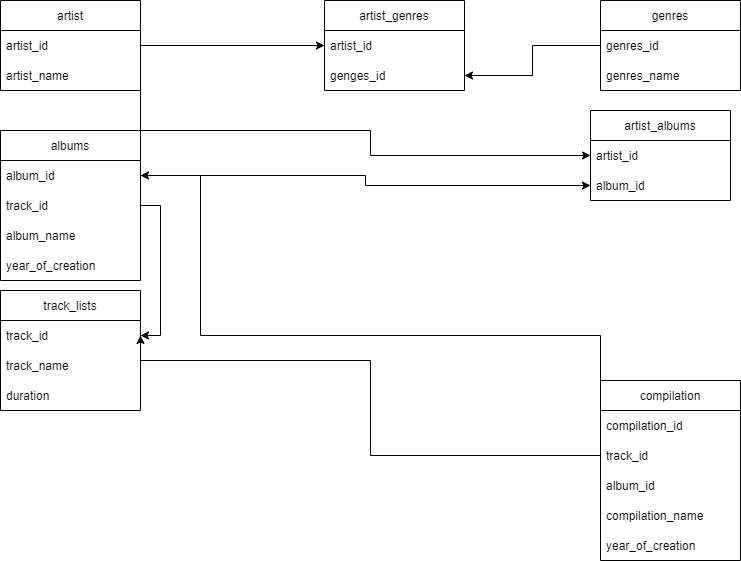
Before: sql_task_2.drawio.png, a diagram exported from draw.io (splaiser/SQL_creation_db). Source tidied: cells renumbered, new cells last; positions are measured from the earlier drawing's top-left corner, leaving out a move shared by most shapes.
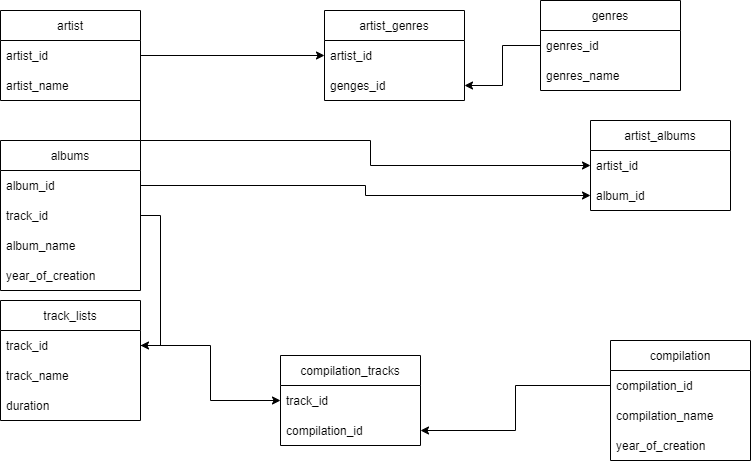
The same file after the commit.

The edit, as a diff of the source:
```diff
@@ -12,7 +12,7 @@
       <mxGeometry y="60" width="140" height="30" as="geometry" />
     </mxCell>
     <mxCell id="5" value="genres" style="swimlane;fontStyle=0;horizontal=1;startSize=30;" parent="1" vertex="1">
-      <mxGeometry x="600" width="140" height="90" as="geometry" />
+      <mxGeometry x="540" y="-10" width="140" height="90" as="geometry" />
     </mxCell>
     <mxCell id="6" value="genres_id" style="text;strokeColor=none;fillColor=none;align=left;verticalAlign=middle;spacingLeft=4;spacingRight=4;overflow=hidden;points=[[0,0.5],[1,0.5]];portConstraint=eastwest;" parent="5" vertex="1">
       <mxGeometry y="30" width="140" height="30" as="geometry" />
@@ -48,22 +48,16 @@
       <mxGeometry y="90" width="140" height="30" as="geometry" />
     </mxCell>
     <mxCell id="17" value="compilation" style="swimlane;fontStyle=0;horizontal=1;startSize=30;" parent="1" vertex="1">
-      <mxGeometry x="600" y="380" width="140" height="180" as="geometry" />
+      <mxGeometry x="610" y="330" width="140" height="120" as="geometry" />
     </mxCell>
     <mxCell id="18" value="compilation_id" style="text;strokeColor=none;fillColor=none;align=left;verticalAlign=middle;spacingLeft=4;spacingRight=4;overflow=hidden;points=[[0,0.5],[1,0.5]];portConstraint=eastwest;" parent="17" vertex="1">
       <mxGeometry y="30" width="140" height="30" as="geometry" />
     </mxCell>
-    <mxCell id="19" value="track_id" style="text;strokeColor=none;fillColor=none;align=left;verticalAlign=middle;spacingLeft=4;spacingRight=4;overflow=hidden;points=[[0,0.5],[1,0.5]];portConstraint=eastwest;" parent="17" vertex="1">
-      <mxGeometry y="60" width="140" height="30" as="geometry" />
-    </mxCell>
-    <mxCell id="20" value="album_id" style="text;strokeColor=none;fillColor=none;align=left;verticalAlign=middle;spacingLeft=4;spacingRight=4;overflow=hidden;points=[[0,0.5],[1,0.5]];portConstraint=eastwest;" parent="17" vertex="1">
-      <mxGeometry y="90" width="140" height="30" as="geometry" />
-    </mxCell>
     <mxCell id="21" value="compilation_name" style="text;strokeColor=none;fillColor=none;align=left;verticalAlign=middle;spacingLeft=4;spacingRight=4;overflow=hidden;" parent="17" vertex="1">
-      <mxGeometry y="120" width="140" height="30" as="geometry" />
+      <mxGeometry y="60" width="140" height="30" as="geometry" />
     </mxCell>
     <mxCell id="22" value="year_of_creation" style="text;strokeColor=none;fillColor=none;align=left;verticalAlign=middle;spacingLeft=4;spacingRight=4;overflow=hidden;" parent="17" vertex="1">
-      <mxGeometry y="150" width="140" height="30" as="geometry" />
+      <mxGeometry y="90" width="140" height="30" as="geometry" />
     </mxCell>
     <mxCell id="23" value="artist_genres" style="swimlane;fontStyle=0;horizontal=1;startSize=30;" parent="1" vertex="1">
       <mxGeometry x="324" width="140" height="90" as="geometry" />
@@ -103,22 +97,20 @@
     <mxCell id="33" style="edgeStyle=orthogonalEdgeStyle;rounded=0;jettySize=auto;html=1;exitX=1;exitY=0.5;exitDx=0;exitDy=0;" parent="1" edge="1" source="10" target="14">
       <mxGeometry relative="1" as="geometry" />
     </mxCell>
-    <mxCell id="34" style="edgeStyle=orthogonalEdgeStyle;rounded=0;jettySize=auto;html=1;exitX=0;exitY=0.5;exitDx=0;exitDy=0;entryX=1;entryY=0.5;entryDx=0;entryDy=0;" parent="1" edge="1" source="19" target="14">
-      <mxGeometry relative="1" as="geometry">
-        <Array as="points">
-          <mxPoint x="370" y="360" />
-          <mxPoint x="140" y="360" />
-        </Array>
-      </mxGeometry>
-    </mxCell>
-    <mxCell id="35" style="edgeStyle=orthogonalEdgeStyle;rounded=0;jettySize=auto;html=1;exitX=0;exitY=0.5;exitDx=0;exitDy=0;entryX=1;entryY=0.5;entryDx=0;entryDy=0;" parent="1" edge="1" source="20" target="9">
-      <mxGeometry relative="1" as="geometry">
-        <Array as="points">
-          <mxPoint x="600" y="335" />
-          <mxPoint x="200" y="335" />
-          <mxPoint x="200" y="175" />
-        </Array>
-      </mxGeometry>
-    </mxCell>
+    <mxCell id="36" value="compilation_tracks" style="swimlane;fontStyle=0;horizontal=1;startSize=30;" parent="1" vertex="1">
+      <mxGeometry x="280" y="345" width="140" height="90" as="geometry" />
+    </mxCell>
+    <mxCell id="19" value="track_id" style="text;strokeColor=none;fillColor=none;align=left;verticalAlign=middle;spacingLeft=4;spacingRight=4;overflow=hidden;points=[[0,0.5],[1,0.5]];portConstraint=eastwest;" parent="36" vertex="1">
+      <mxGeometry y="30" width="140" height="30" as="geometry" />
+    </mxCell>
+    <mxCell id="37" value="compilation_id" style="text;strokeColor=none;fillColor=none;align=left;verticalAlign=middle;spacingLeft=4;spacingRight=4;overflow=hidden;points=[[0,0.5],[1,0.5]];portConstraint=eastwest;" parent="36" vertex="1">
+      <mxGeometry y="60" width="140" height="30" as="geometry" />
+    </mxCell>
+    <mxCell id="38" style="edgeStyle=orthogonalEdgeStyle;rounded=0;jettySize=auto;html=1;exitX=0;exitY=0.5;exitDx=0;exitDy=0;" parent="1" edge="1" source="18" target="37">
+      <mxGeometry relative="1" as="geometry" />
+    </mxCell>
+    <mxCell id="39" style="edgeStyle=orthogonalEdgeStyle;rounded=0;jettySize=auto;html=1;exitX=1;exitY=0.5;exitDx=0;exitDy=0;" parent="1" edge="1" source="14" target="19">
+      <mxGeometry relative="1" as="geometry" />
+    </mxCell>
   </root>
 </mxGraphModel>
```
